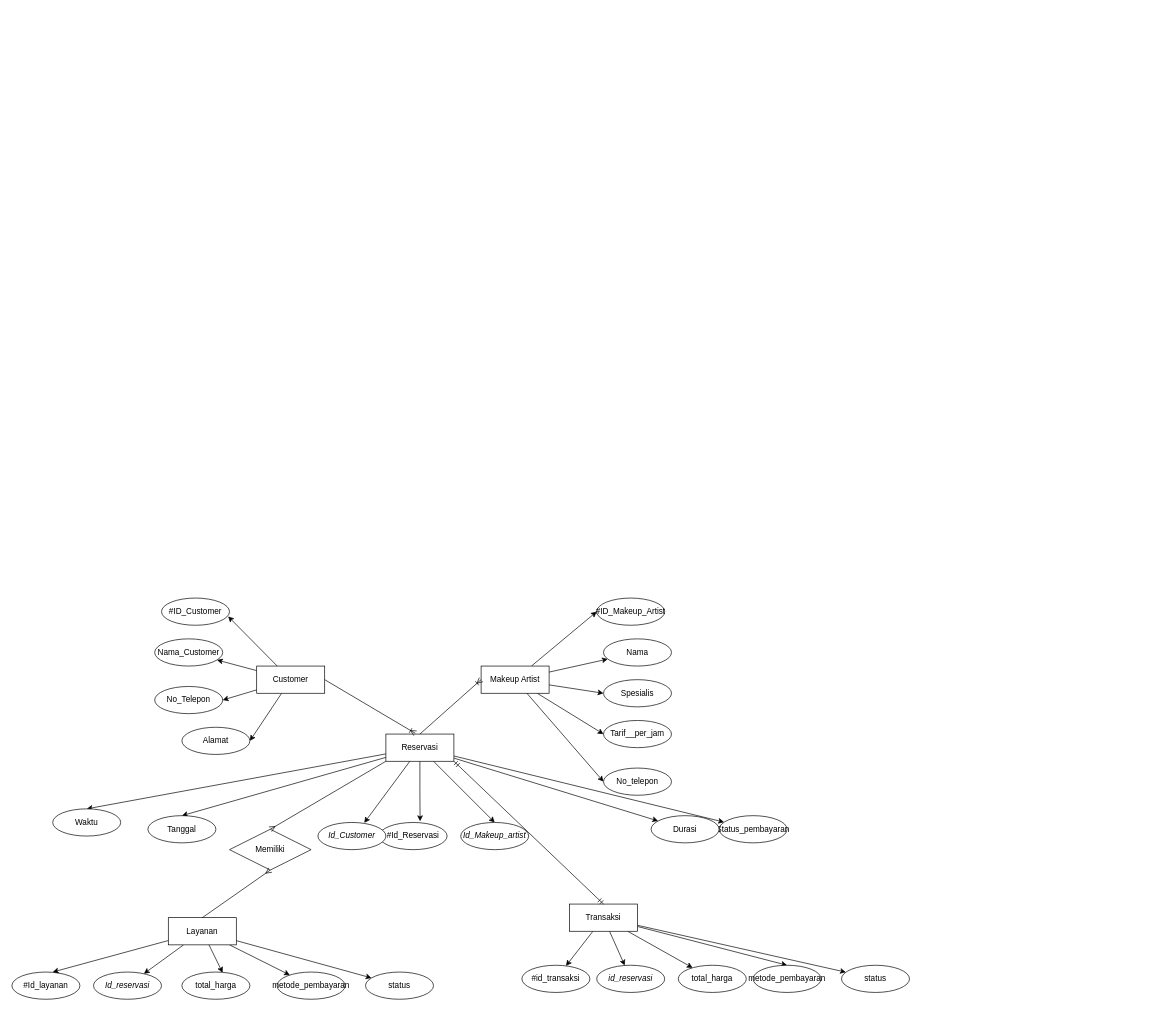
The draw.io diagram MinPro 1.drawio in k149191/Konsep-Basis-Data, before the edit. Source tidied: cells renumbered, new cells numbered last; positions are measured from the earlier drawing's top-left corner, leaving out a move shared by most shapes. Both pictures are drawn from the tidied source at 68%, with x=0, y=0 at pixel (12, 598).
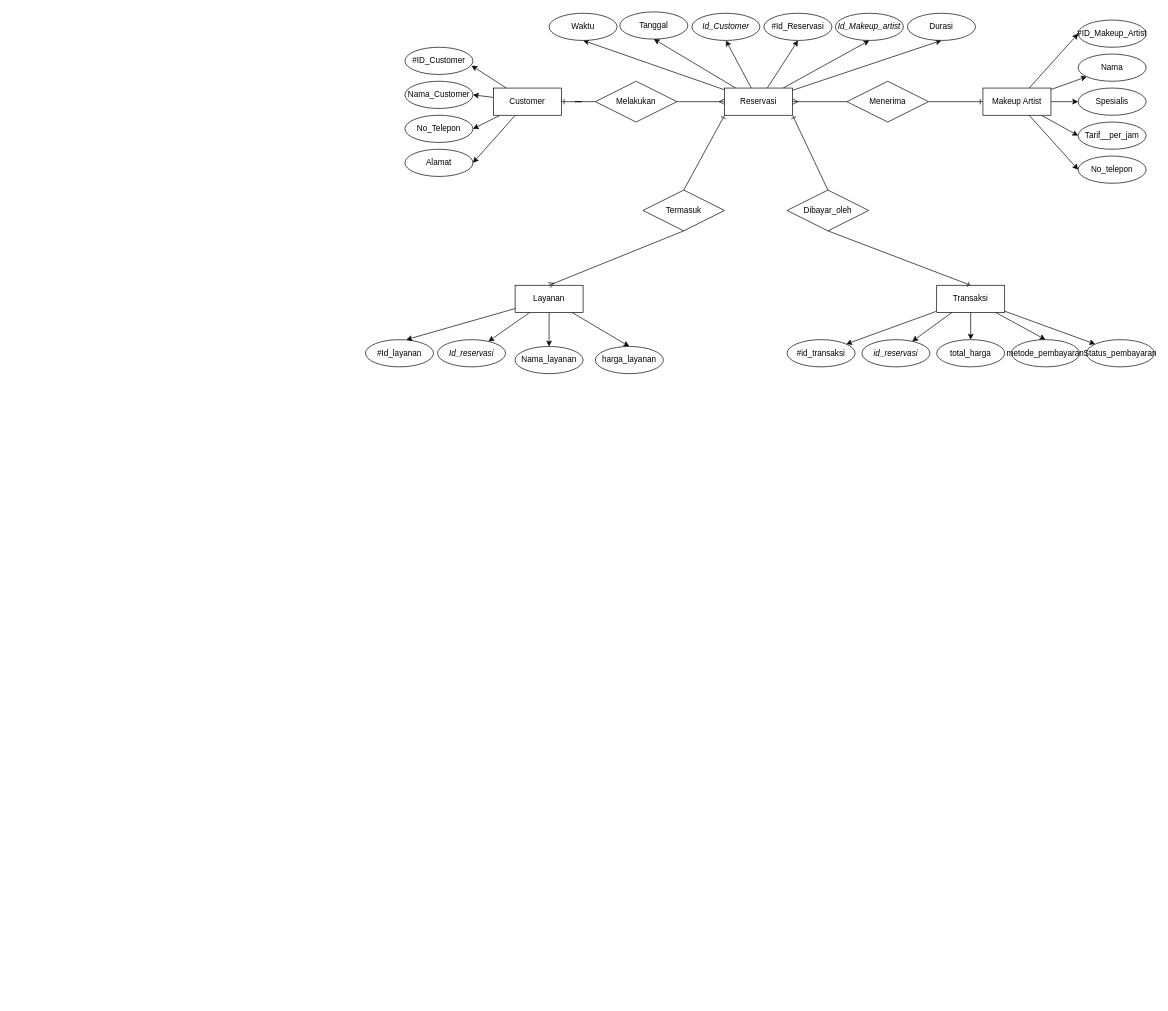
The same diagram, later.

What changed in the source:
```diff
@@
-    <mxCell id="2" style="edgeStyle=orthogonalEdgeStyle;rounded=0;jettySize=auto;html=1;entryX=0.603;entryY=-0.045;entryDx=0;entryDy=0;entryPerimeter=0;" parent="1" edge="1" source="8" target="44">
+    <mxCell id="2" style="rounded=0;jettySize=auto;html=1;entryX=0.5;entryY=1;entryDx=0;entryDy=0;" parent="1" edge="1" source="8" target="44">
       <mxGeometry relative="1" as="geometry" />
     </mxCell>
-    <mxCell id="3" style="rounded=0;jettySize=auto;html=1;entryX=0.5;entryY=0;entryDx=0;entryDy=0;" parent="1" edge="1" source="8" target="43">
+    <mxCell id="3" style="rounded=0;jettySize=auto;html=1;entryX=0.5;entryY=1;entryDx=0;entryDy=0;" parent="1" edge="1" source="8" target="43">
       <mxGeometry relative="1" as="geometry" />
     </mxCell>
-    <mxCell id="4" style="rounded=0;jettySize=auto;html=1;" parent="1" edge="1" source="8" target="41">
-      <mxGeometry relative="1" as="geometry" />
-    </mxCell>
-    <mxCell id="5" style="rounded=0;jettySize=auto;html=1;" parent="1" edge="1" source="8" target="39">
-      <mxGeometry relative="1" as="geometry" />
-    </mxCell>
+    <mxCell id="46" style="rounded=0;jettySize=auto;html=1;entryX=0.5;entryY=1;entryDx=0;entryDy=0;" parent="1" edge="1" source="8" target="45">
+      <mxGeometry relative="1" as="geometry" />
+    </mxCell>
-    <mxCell id="6" style="rounded=0;jettySize=auto;html=1;entryX=0.5;entryY=0;entryDx=0;entryDy=0;" parent="1" edge="1" source="8" target="42">
+    <mxCell id="6" style="rounded=0;jettySize=auto;html=1;entryX=0.5;entryY=1;entryDx=0;entryDy=0;" parent="1" edge="1" source="8" target="42">
       <mxGeometry relative="1" as="geometry" />
     </mxCell>
-    <mxCell id="7" style="rounded=0;jettySize=auto;html=1;entryX=0.5;entryY=0;entryDx=0;entryDy=0;" parent="1" edge="1" source="8" target="40">
+    <mxCell id="7" style="rounded=0;jettySize=auto;html=1;entryX=0.5;entryY=1;entryDx=0;entryDy=0;" parent="1" edge="1" source="8" target="40">
       <mxGeometry relative="1" as="geometry" />
     </mxCell>
+    <mxCell id="4" style="rounded=0;jettySize=auto;html=1;entryX=0.5;entryY=1;entryDx=0;entryDy=0;" parent="1" edge="1" source="8" target="41">
+      <mxGeometry relative="1" as="geometry" />
+    </mxCell>
     <mxCell id="8" value="Reservasi" style="whiteSpace=wrap;html=1;align=center;" parent="1" vertex="1">
-      <mxGeometry x="550" y="200" width="100" height="40" as="geometry" />
+      <mxGeometry x="1048" y="-750" width="100" height="40" as="geometry" />
     </mxCell>
@@
     <mxCell id="14" value="Transaksi" style="whiteSpace=wrap;html=1;align=center;" parent="1" vertex="1">
-      <mxGeometry x="820" y="450" width="100" height="40" as="geometry" />
+      <mxGeometry x="1360" y="-460" width="100" height="40" as="geometry" />
     </mxCell>
@@
     <mxCell id="19" value="Makeup Artist" style="whiteSpace=wrap;html=1;align=center;" parent="1" vertex="1">
-      <mxGeometry x="690" y="100" width="100" height="40" as="geometry" />
+      <mxGeometry x="1428" y="-750" width="100" height="40" as="geometry" />
     </mxCell>
@@
-    <mxCell id="21" style="rounded=0;jettySize=auto;html=1;" parent="1" edge="1" source="23" target="47">
-      <mxGeometry relative="1" as="geometry" />
-    </mxCell>
-    <mxCell id="22" style="rounded=0;jettySize=auto;html=1;" parent="1" edge="1" source="23" target="52">
-      <mxGeometry relative="1" as="geometry" />
-    </mxCell>
+    <mxCell id="65" style="edgeStyle=orthogonalEdgeStyle;rounded=0;jettySize=auto;html=1;entryX=0.5;entryY=0;entryDx=0;entryDy=0;" parent="1" edge="1" source="23" target="77">
+      <mxGeometry relative="1" as="geometry" />
+    </mxCell>
+    <mxCell id="66" style="rounded=0;jettySize=auto;html=1;entryX=0.5;entryY=0;entryDx=0;entryDy=0;" parent="1" edge="1" source="23" target="78">
+      <mxGeometry relative="1" as="geometry" />
+    </mxCell>
     <mxCell id="23" value="Layanan" style="whiteSpace=wrap;html=1;align=center;" parent="1" vertex="1">
-      <mxGeometry x="230" y="470" width="100" height="40" as="geometry" />
+      <mxGeometry x="740" y="-460" width="100" height="40" as="geometry" />
     </mxCell>
-    <mxCell id="24" style="rounded=0;jettySize=auto;html=1;" parent="1" edge="1" source="27" target="30">
+    <mxCell id="24" style="rounded=0;jettySize=auto;html=1;entryX=1;entryY=0.5;entryDx=0;entryDy=0;" parent="1" edge="1" source="27" target="30">
       <mxGeometry relative="1" as="geometry" />
     </mxCell>
@@
     <mxCell id="27" value="Customer" style="whiteSpace=wrap;html=1;align=center;" parent="1" vertex="1">
-      <mxGeometry x="360" y="100" width="100" height="40" as="geometry" />
+      <mxGeometry x="708" y="-750" width="100" height="40" as="geometry" />
     </mxCell>
     <mxCell id="28" value="Alamat" style="ellipse;whiteSpace=wrap;html=1;align=center;" parent="1" vertex="1">
-      <mxGeometry x="250" y="190" width="100" height="40" as="geometry" />
+      <mxGeometry x="578" y="-660" width="100" height="40" as="geometry" />
     </mxCell>
     <mxCell id="29" value="No_Telepon" style="ellipse;whiteSpace=wrap;html=1;align=center;" parent="1" vertex="1">
-      <mxGeometry x="210" y="130" width="100" height="40" as="geometry" />
+      <mxGeometry x="578" y="-710" width="100" height="40" as="geometry" />
     </mxCell>
     <mxCell id="30" value="Nama_Customer" style="ellipse;whiteSpace=wrap;html=1;align=center;" parent="1" vertex="1">
-      <mxGeometry x="210" y="60" width="100" height="40" as="geometry" />
+      <mxGeometry x="578" y="-760" width="100" height="40" as="geometry" />
     </mxCell>
     <mxCell id="31" value="#ID_Customer" style="ellipse;whiteSpace=wrap;html=1;align=center;" parent="1" vertex="1">
-      <mxGeometry x="220" width="100" height="40" as="geometry" />
+      <mxGeometry x="578" y="-810" width="100" height="40" as="geometry" />
     </mxCell>
@@
     <mxCell id="33" value="No_telepon" style="ellipse;whiteSpace=wrap;html=1;align=center;" parent="1" vertex="1">
-      <mxGeometry x="870" y="250" width="100" height="40" as="geometry" />
+      <mxGeometry x="1568" y="-650" width="100" height="40" as="geometry" />
     </mxCell>
     <mxCell id="34" value="Tarif__per_jam" style="ellipse;whiteSpace=wrap;html=1;align=center;" parent="1" vertex="1">
-      <mxGeometry x="870" y="180" width="100" height="40" as="geometry" />
+      <mxGeometry x="1568" y="-700" width="100" height="40" as="geometry" />
     </mxCell>
     <mxCell id="35" value="Spesialis" style="ellipse;whiteSpace=wrap;html=1;align=center;" parent="1" vertex="1">
-      <mxGeometry x="870" y="120" width="100" height="40" as="geometry" />
+      <mxGeometry x="1568" y="-750" width="100" height="40" as="geometry" />
     </mxCell>
     <mxCell id="36" value="Nama" style="ellipse;whiteSpace=wrap;html=1;align=center;" parent="1" vertex="1">
-      <mxGeometry x="870" y="60" width="100" height="40" as="geometry" />
+      <mxGeometry x="1568" y="-800" width="100" height="40" as="geometry" />
     </mxCell>
     <mxCell id="37" value="#ID_Makeup_Artist" style="ellipse;whiteSpace=wrap;html=1;align=center;" parent="1" vertex="1">
-      <mxGeometry x="860" width="100" height="40" as="geometry" />
+      <mxGeometry x="1568" y="-850" width="100" height="40" as="geometry" />
     </mxCell>
@@
-    <mxCell id="39" value="Status_pembayaran" style="ellipse;whiteSpace=wrap;html=1;align=center;" parent="1" vertex="1">
-      <mxGeometry x="1040" y="320" width="100" height="40" as="geometry" />
-    </mxCell>
     <mxCell id="40" value="Waktu" style="ellipse;whiteSpace=wrap;html=1;align=center;" parent="1" vertex="1">
-      <mxGeometry x="60" y="310" width="100" height="40" as="geometry" />
+      <mxGeometry x="790" y="-860" width="100" height="40" as="geometry" />
     </mxCell>
     <mxCell id="41" value="Durasi" style="ellipse;whiteSpace=wrap;html=1;align=center;" parent="1" vertex="1">
-      <mxGeometry x="940" y="320" width="100" height="40" as="geometry" />
+      <mxGeometry x="1317" y="-860" width="100" height="40" as="geometry" />
     </mxCell>
     <mxCell id="42" value="Tanggal" style="ellipse;whiteSpace=wrap;html=1;align=center;" parent="1" vertex="1">
-      <mxGeometry x="200" y="320" width="100" height="40" as="geometry" />
+      <mxGeometry x="894" y="-862" width="100" height="40" as="geometry" />
     </mxCell>
     <mxCell id="43" value="&lt;i&gt;Id_Makeup_artist&lt;/i&gt;" style="ellipse;whiteSpace=wrap;html=1;align=center;" parent="1" vertex="1">
-      <mxGeometry x="660" y="330" width="100" height="40" as="geometry" />
+      <mxGeometry x="1211" y="-860" width="100" height="40" as="geometry" />
     </mxCell>
     <mxCell id="44" value="#Id_Reservasi" style="ellipse;whiteSpace=wrap;html=1;align=center;" parent="1" vertex="1">
-      <mxGeometry x="540" y="330" width="100" height="40" as="geometry" />
+      <mxGeometry x="1106" y="-860" width="100" height="40" as="geometry" />
     </mxCell>
     <mxCell id="45" value="&lt;i&gt;Id_Customer&lt;/i&gt;" style="ellipse;whiteSpace=wrap;html=1;align=center;" parent="1" vertex="1">
-      <mxGeometry x="450" y="330" width="100" height="40" as="geometry" />
+      <mxGeometry x="1000" y="-860" width="100" height="40" as="geometry" />
     </mxCell>
-    <mxCell id="46" style="rounded=0;jettySize=auto;html=1;entryX=0.682;entryY=0.014;entryDx=0;entryDy=0;entryPerimeter=0;" parent="1" edge="1" source="8" target="45">
-      <mxGeometry relative="1" as="geometry" />
-    </mxCell>
-    <mxCell id="47" value="metode_pembayaran" style="ellipse;whiteSpace=wrap;html=1;align=center;" parent="1" vertex="1">
-      <mxGeometry x="390" y="550" width="100" height="40" as="geometry" />
-    </mxCell>
-    <mxCell id="48" value="total_harga" style="ellipse;whiteSpace=wrap;html=1;align=center;" parent="1" vertex="1">
-      <mxGeometry x="250" y="550" width="100" height="40" as="geometry" />
-    </mxCell>
     <mxCell id="49" value="&lt;i&gt;Id_reservasi&lt;/i&gt;" style="ellipse;whiteSpace=wrap;html=1;align=center;" parent="1" vertex="1">
-      <mxGeometry x="120" y="550" width="100" height="40" as="geometry" />
+      <mxGeometry x="626" y="-380" width="100" height="40" as="geometry" />
     </mxCell>
     <mxCell id="50" value="#Id_layanan" style="ellipse;whiteSpace=wrap;html=1;align=center;" parent="1" vertex="1">
-      <mxGeometry y="550" width="100" height="40" as="geometry" />
+      <mxGeometry x="520" y="-380" width="100" height="40" as="geometry" />
     </mxCell>
@@
-    <mxCell id="52" value="status" style="ellipse;whiteSpace=wrap;html=1;align=center;" parent="1" vertex="1">
-      <mxGeometry x="520" y="550" width="100" height="40" as="geometry" />
-    </mxCell>
-    <mxCell id="53" style="rounded=0;jettySize=auto;html=1;entryX=0.599;entryY=0.025;entryDx=0;entryDy=0;entryPerimeter=0;" parent="1" edge="1" source="23" target="48">
-      <mxGeometry relative="1" as="geometry" />
-    </mxCell>
     <mxCell id="54" value="#id_transaksi" style="ellipse;whiteSpace=wrap;html=1;align=center;" parent="1" vertex="1">
-      <mxGeometry x="750" y="540" width="100" height="40" as="geometry" />
+      <mxGeometry x="1140" y="-380" width="100" height="40" as="geometry" />
     </mxCell>
     <mxCell id="55" value="&lt;i&gt;id_reservasi&lt;/i&gt;" style="ellipse;whiteSpace=wrap;html=1;align=center;" parent="1" vertex="1">
-      <mxGeometry x="860" y="540" width="100" height="40" as="geometry" />
+      <mxGeometry x="1250" y="-380" width="100" height="40" as="geometry" />
     </mxCell>
     <mxCell id="56" value="total_harga" style="ellipse;whiteSpace=wrap;html=1;align=center;" parent="1" vertex="1">
-      <mxGeometry x="980" y="540" width="100" height="40" as="geometry" />
+      <mxGeometry x="1360" y="-380" width="100" height="40" as="geometry" />
     </mxCell>
     <mxCell id="57" value="metode_pembayaran" style="ellipse;whiteSpace=wrap;html=1;align=center;" parent="1" vertex="1">
-      <mxGeometry x="1090" y="540" width="100" height="40" as="geometry" />
+      <mxGeometry x="1470" y="-380" width="100" height="40" as="geometry" />
     </mxCell>
-    <mxCell id="58" value="status" style="ellipse;whiteSpace=wrap;html=1;align=center;" parent="1" vertex="1">
-      <mxGeometry x="1220" y="540" width="100" height="40" as="geometry" />
+    <mxCell id="58" value="Status_pembayaran" style="ellipse;whiteSpace=wrap;html=1;align=center;" parent="1" vertex="1">
+      <mxGeometry x="1580" y="-380" width="100" height="40" as="geometry" />
     </mxCell>
-    <mxCell id="59" style="fontSize=12;html=1;endArrow=ERoneToMany;rounded=0;exitX=1;exitY=0.5;exitDx=0;exitDy=0;entryX=0.432;entryY=-0.028;entryDx=0;entryDy=0;entryPerimeter=0;" parent="1" edge="1" source="27" target="8">
-      <mxGeometry relative="1" as="geometry" />
-    </mxCell>
-    <mxCell id="60" style="fontSize=12;html=1;endArrow=ERoneToMany;rounded=0;exitX=0.5;exitY=0;exitDx=0;exitDy=0;entryX=0;entryY=0.5;entryDx=0;entryDy=0;" parent="1" edge="1" source="8" target="19">
-      <mxGeometry relative="1" as="geometry" />
-    </mxCell>
-    <mxCell id="61" value="Memiliki" style="shape=rhombus;perimeter=rhombusPerimeter;whiteSpace=wrap;html=1;align=center;" parent="1" vertex="1">
-      <mxGeometry x="320" y="340" width="120" height="60" as="geometry" />
+    <mxCell id="61" value="Termasuk" style="shape=rhombus;perimeter=rhombusPerimeter;whiteSpace=wrap;html=1;align=center;" parent="1" vertex="1">
+      <mxGeometry x="928" y="-600" width="120" height="60" as="geometry" />
     </mxCell>
-    <mxCell id="62" style="fontSize=12;html=1;endArrow=ERmandOne;startArrow=ERmandOne;rounded=0;exitX=0.5;exitY=0;exitDx=0;exitDy=0;entryX=1;entryY=1;entryDx=0;entryDy=0;" parent="1" edge="1" source="14" target="8">
-      <mxGeometry relative="1" as="geometry" />
-    </mxCell>
-    <mxCell id="63" style="fontSize=12;html=1;endArrow=ERmany;rounded=0;exitX=0;exitY=1;exitDx=0;exitDy=0;entryX=0.5;entryY=0;entryDx=0;entryDy=0;" parent="1" edge="1" source="8" target="61">
-      <mxGeometry relative="1" as="geometry" />
-    </mxCell>
-    <mxCell id="64" style="fontSize=12;html=1;endArrow=ERmany;rounded=0;exitX=0.5;exitY=0;exitDx=0;exitDy=0;entryX=0.5;entryY=1;entryDx=0;entryDy=0;" parent="1" edge="1" source="23" target="61">
-      <mxGeometry relative="1" as="geometry" />
-    </mxCell>
+    <mxCell id="67" value="Menerima" style="shape=rhombus;perimeter=rhombusPerimeter;whiteSpace=wrap;html=1;align=center;" parent="1" vertex="1">
+      <mxGeometry x="1228" y="-760" width="120" height="60" as="geometry" />
+    </mxCell>
+    <mxCell id="68" value="Dibayar_oleh" style="shape=rhombus;perimeter=rhombusPerimeter;whiteSpace=wrap;html=1;align=center;" parent="1" vertex="1">
+      <mxGeometry x="1140" y="-600" width="120" height="60" as="geometry" />
+    </mxCell>
+    <mxCell id="69" style="edgeStyle=entityRelationEdgeStyle;fontSize=12;html=1;endArrow=ERone;endFill=1;rounded=0;entryX=1;entryY=0.5;entryDx=0;entryDy=0;exitX=0;exitY=0.5;exitDx=0;exitDy=0;" parent="1" edge="1" source="70" target="27">
+      <mxGeometry relative="1" as="geometry" />
+    </mxCell>
+    <mxCell id="70" value="Melakukan" style="shape=rhombus;perimeter=rhombusPerimeter;whiteSpace=wrap;html=1;align=center;" parent="1" vertex="1">
+      <mxGeometry x="858" y="-760" width="120" height="60" as="geometry" />
+    </mxCell>
+    <mxCell id="71" style="edgeStyle=entityRelationEdgeStyle;fontSize=12;html=1;endArrow=ERmany;rounded=0;exitX=1;exitY=0.5;exitDx=0;exitDy=0;entryX=0;entryY=0.5;entryDx=0;entryDy=0;" parent="1" edge="1" source="70" target="8">
+      <mxGeometry relative="1" as="geometry" />
+    </mxCell>
+    <mxCell id="72" style="edgeStyle=entityRelationEdgeStyle;fontSize=12;html=1;endArrow=ERone;endFill=1;rounded=0;" parent="1" edge="1" source="67" target="19">
+      <mxGeometry relative="1" as="geometry" />
+    </mxCell>
+    <mxCell id="73" style="edgeStyle=entityRelationEdgeStyle;fontSize=12;html=1;endArrow=ERmany;rounded=0;exitX=0;exitY=0.5;exitDx=0;exitDy=0;entryX=1;entryY=0.5;entryDx=0;entryDy=0;" parent="1" edge="1" source="67" target="8">
+      <mxGeometry relative="1" as="geometry" />
+    </mxCell>
+    <mxCell id="74" style="fontSize=12;html=1;endArrow=ERmany;rounded=0;exitX=0.5;exitY=1;exitDx=0;exitDy=0;entryX=0.5;entryY=0;entryDx=0;entryDy=0;" parent="1" edge="1" source="61" target="23">
+      <mxGeometry relative="1" as="geometry" />
+    </mxCell>
+    <mxCell id="75" style="fontSize=12;html=1;endArrow=ERone;endFill=1;rounded=0;exitX=0.5;exitY=0;exitDx=0;exitDy=0;entryX=1;entryY=1;entryDx=0;entryDy=0;" parent="1" edge="1" source="68" target="8">
+      <mxGeometry relative="1" as="geometry" />
+    </mxCell>
+    <mxCell id="76" style="fontSize=12;html=1;endArrow=ERone;endFill=1;rounded=0;exitX=0.5;exitY=1;exitDx=0;exitDy=0;entryX=0.5;entryY=0;entryDx=0;entryDy=0;" parent="1" edge="1" source="68" target="14">
+      <mxGeometry relative="1" as="geometry" />
+    </mxCell>
+    <mxCell id="77" value="Nama_layanan" style="ellipse;whiteSpace=wrap;html=1;align=center;" parent="1" vertex="1">
+      <mxGeometry x="740" y="-370" width="100" height="40" as="geometry" />
+    </mxCell>
+    <mxCell id="78" value="harga_layanan" style="ellipse;whiteSpace=wrap;html=1;align=center;" parent="1" vertex="1">
+      <mxGeometry x="858" y="-370" width="100" height="40" as="geometry" />
+    </mxCell>
+    <mxCell id="79" style="fontSize=12;html=1;endArrow=ERone;endFill=1;rounded=0;exitX=0.5;exitY=0;exitDx=0;exitDy=0;entryX=0;entryY=1;entryDx=0;entryDy=0;" parent="1" edge="1" source="61" target="8">
+      <mxGeometry relative="1" as="geometry" />
+    </mxCell>
```
